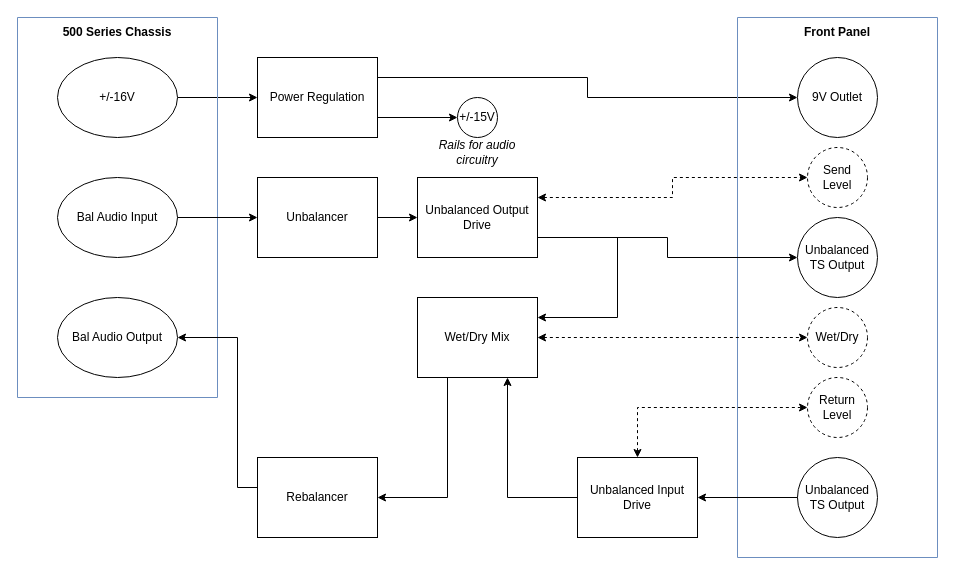
Above: Instsert500_block_diagram.drawio in edreason/Instsert500 (draw.io), before the change. Source tidied: cells renumbered, new cells numbered last; positions are measured from the earlier drawing's top-left corner, leaving out a move shared by most shapes. Both pictures are drawn from the tidied source at 100%, with x=0, y=0 at pixel (17, 17).
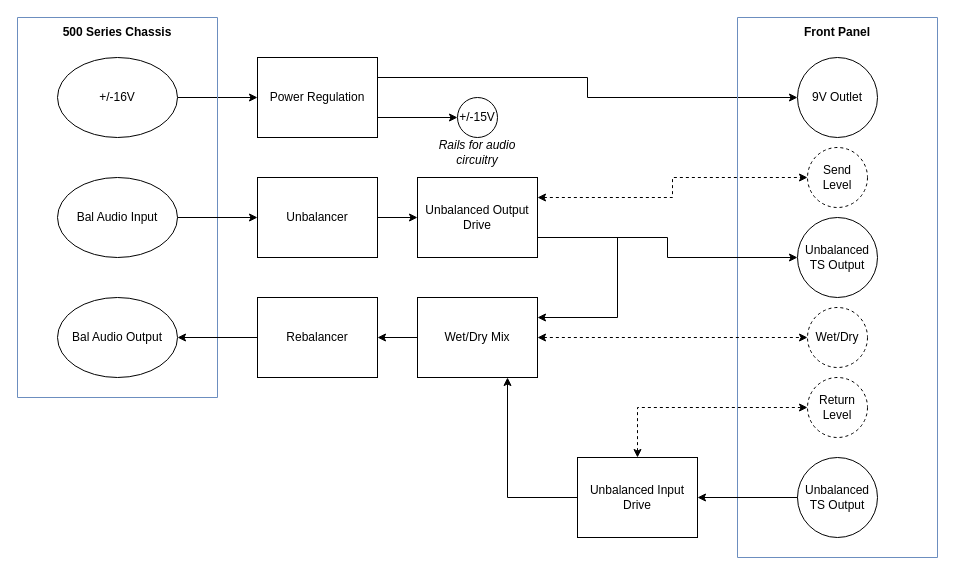
After the change.

Commit message:
Minor change to layout of block diagram

Unchanged cells that the change refers to:
```xml
<mxCell id="9" value="Bal Audio Output" style="ellipse;whiteSpace=wrap;html=1;" parent="6" vertex="1">
  <mxGeometry x="40" y="280" width="120" height="80" as="geometry" />
</mxCell>
<mxCell id="32" value="Wet/Dry Mix" style="rounded=0;whiteSpace=wrap;html=1;" parent="1" vertex="1">
  <mxGeometry x="400" y="280" width="120" height="80" as="geometry" />
</mxCell>
```

Change to the diagram source:
```diff
@@
-    <mxCell id="27" style="edgeStyle=orthogonalEdgeStyle;rounded=0;jettySize=auto;html=1;exitX=0;exitY=0.5;exitDx=0;exitDy=0;entryX=1;entryY=0.5;entryDx=0;entryDy=0;startArrow=none;startFill=0;" parent="1" edge="1" source="28" target="9">
-      <mxGeometry relative="1" as="geometry">
-        <Array as="points">
-          <mxPoint x="220" y="470" />
-          <mxPoint x="220" y="320" />
-        </Array>
-      </mxGeometry>
+    <mxCell id="27" style="edgeStyle=orthogonalEdgeStyle;rounded=0;jettySize=auto;html=1;exitX=0;exitY=0.5;exitDx=0;exitDy=0;" parent="1" edge="1" source="28" target="9">
+      <mxGeometry relative="1" as="geometry" />
     </mxCell>
     <mxCell id="28" value="Rebalancer" style="rounded=0;whiteSpace=wrap;html=1;" parent="1" vertex="1">
-      <mxGeometry x="240" y="440" width="120" height="80" as="geometry" />
+      <mxGeometry x="240" y="280" width="120" height="80" as="geometry" />
     </mxCell>
@@
-    <mxCell id="31" style="edgeStyle=orthogonalEdgeStyle;rounded=0;jettySize=auto;html=1;exitX=0.25;exitY=1;exitDx=0;exitDy=0;entryX=1;entryY=0.5;entryDx=0;entryDy=0;startArrow=none;startFill=0;" parent="1" edge="1" source="32" target="28">
+    <mxCell id="31" style="edgeStyle=orthogonalEdgeStyle;rounded=0;jettySize=auto;html=1;exitX=0;exitY=0.5;exitDx=0;exitDy=0;entryX=1;entryY=0.5;entryDx=0;entryDy=0;" parent="1" edge="1" source="32" target="28">
       <mxGeometry relative="1" as="geometry" />
     </mxCell>
```
